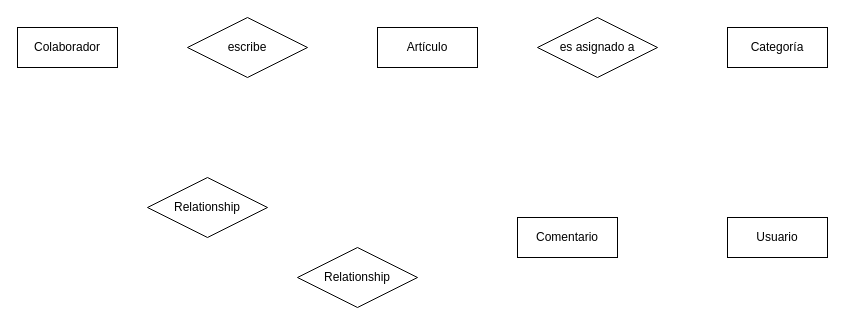
The draw.io diagram page "Página-2" (2 of 2) of Semana5/Desafio5.drawio in PatriNet77/2023-info-com-8, before the edit. Source tidied: cells renumbered, new cells numbered last; positions are measured from the earlier drawing's top-left corner, leaving out a move shared by most shapes. Both pictures are drawn from the tidied source at 100%, with x=0, y=0 at pixel (17, 17).
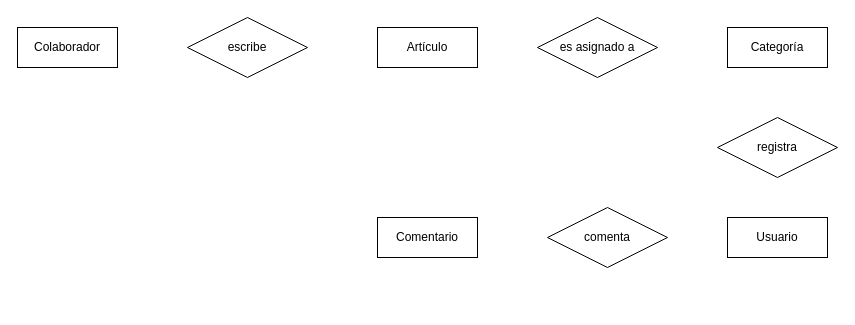
Above is the later version.

The edit, as a diff of the source:
```diff
@@
 <mxGraphModel>
   <root>
     <mxCell id="0" />
     <mxCell id="1" parent="0" />
     <mxCell id="2" value="Colaborador" style="whiteSpace=wrap;html=1;align=center;" parent="1" vertex="1">
       <mxGeometry y="10" width="100" height="40" as="geometry" />
     </mxCell>
     <mxCell id="3" value="Artículo" style="whiteSpace=wrap;html=1;align=center;" parent="1" vertex="1">
       <mxGeometry x="360" y="10" width="100" height="40" as="geometry" />
     </mxCell>
     <mxCell id="4" value="Categoría" style="whiteSpace=wrap;html=1;align=center;" parent="1" vertex="1">
       <mxGeometry x="710" y="10" width="100" height="40" as="geometry" />
     </mxCell>
     <mxCell id="5" value="Usuario" style="whiteSpace=wrap;html=1;align=center;" parent="1" vertex="1">
       <mxGeometry x="710" y="200" width="100" height="40" as="geometry" />
     </mxCell>
     <mxCell id="6" value="Comentario" style="whiteSpace=wrap;html=1;align=center;" parent="1" vertex="1">
-      <mxGeometry x="500" y="200" width="100" height="40" as="geometry" />
+      <mxGeometry x="360" y="200" width="100" height="40" as="geometry" />
     </mxCell>
     <mxCell id="7" value="escribe" style="shape=rhombus;perimeter=rhombusPerimeter;whiteSpace=wrap;html=1;align=center;" parent="1" vertex="1">
       <mxGeometry x="170" width="120" height="60" as="geometry" />
     </mxCell>
     <mxCell id="8" value="es asignado a" style="shape=rhombus;perimeter=rhombusPerimeter;whiteSpace=wrap;html=1;align=center;" parent="1" vertex="1">
       <mxGeometry x="520" width="120" height="60" as="geometry" />
     </mxCell>
-    <mxCell id="9" value="Relationship" style="shape=rhombus;perimeter=rhombusPerimeter;whiteSpace=wrap;html=1;align=center;" parent="1" vertex="1">
-      <mxGeometry x="280" y="230" width="120" height="60" as="geometry" />
+    <mxCell id="9" value="registra" style="shape=rhombus;perimeter=rhombusPerimeter;whiteSpace=wrap;html=1;align=center;" parent="1" vertex="1">
+      <mxGeometry x="700" y="100" width="120" height="60" as="geometry" />
     </mxCell>
-    <mxCell id="10" value="Relationship" style="shape=rhombus;perimeter=rhombusPerimeter;whiteSpace=wrap;html=1;align=center;" parent="1" vertex="1">
-      <mxGeometry x="130" y="160" width="120" height="60" as="geometry" />
+    <mxCell id="10" value="comenta" style="shape=rhombus;perimeter=rhombusPerimeter;whiteSpace=wrap;html=1;align=center;" parent="1" vertex="1">
+      <mxGeometry x="530" y="190" width="120" height="60" as="geometry" />
     </mxCell>
   </root>
 </mxGraphModel>
```
